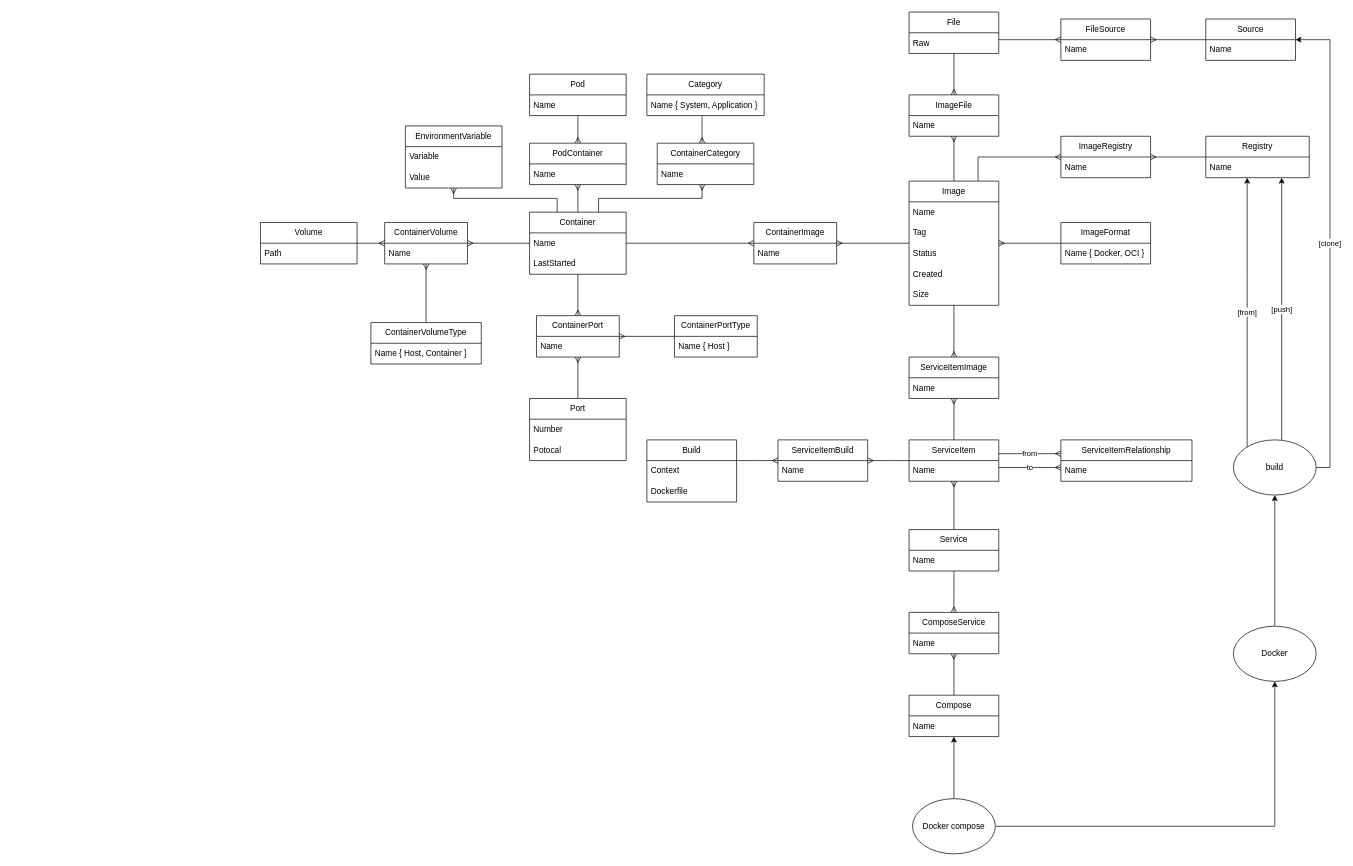
Earlier version of the draw.io diagram kubernetes.drawio (chavp/data-modeling). Source tidied: cells renumbered, new cells numbered last; positions are measured from the earlier drawing's top-left corner, leaving out a move shared by most shapes. Both pictures are drawn from the tidied source at 69%, with x=0, y=0 at pixel (260, 12).
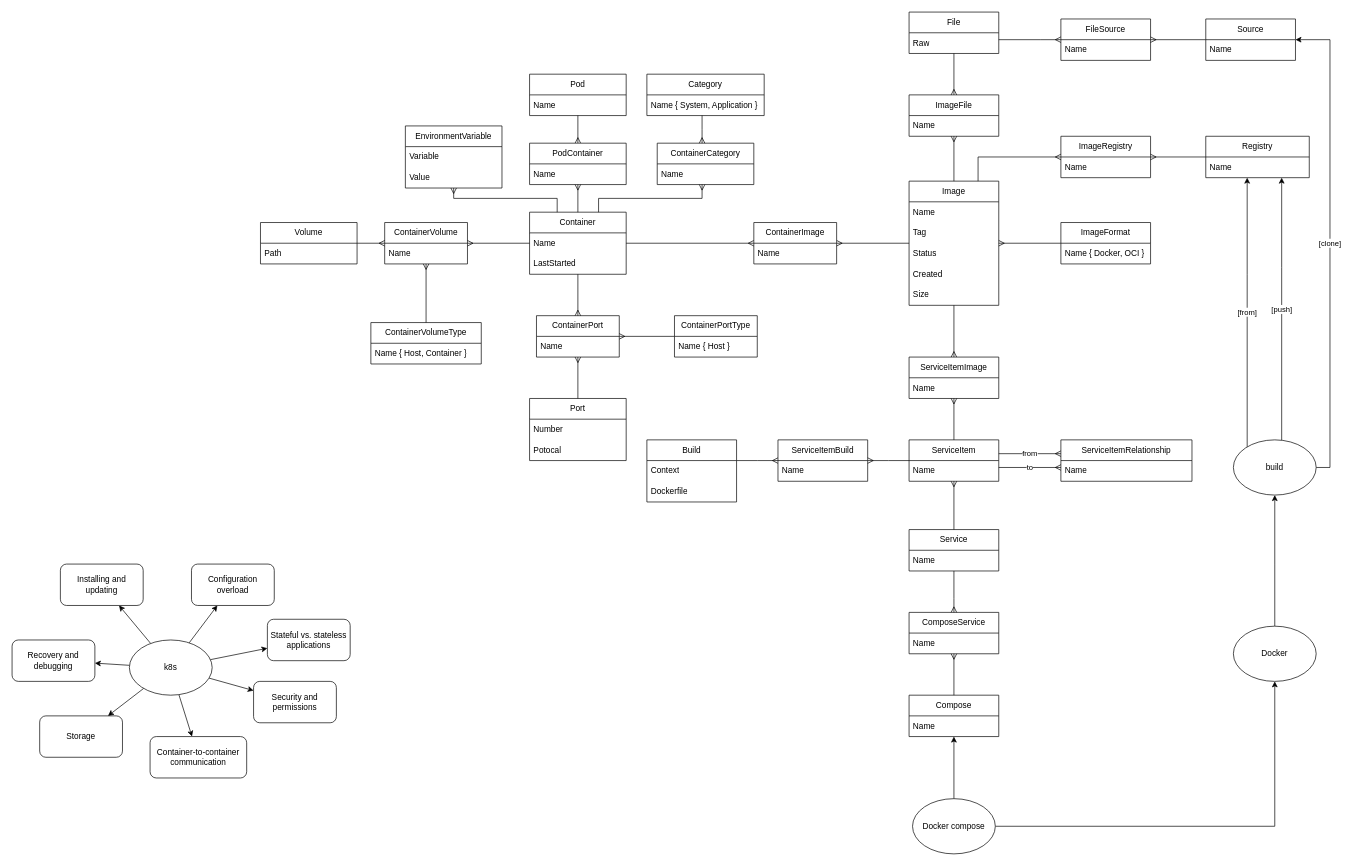
After the change.

What changed in the source:
```diff
@@
+    <mxCell id="106" style="rounded=0;jettySize=auto;html=1;" parent="1" edge="1" source="113" target="115">
+      <mxGeometry relative="1" as="geometry" />
+    </mxCell>
+    <mxCell id="107" style="rounded=0;jettySize=auto;html=1;" parent="1" edge="1" source="113" target="114">
+      <mxGeometry relative="1" as="geometry" />
+    </mxCell>
+    <mxCell id="108" style="rounded=0;jettySize=auto;html=1;" parent="1" edge="1" source="113" target="120">
+      <mxGeometry relative="1" as="geometry" />
+    </mxCell>
+    <mxCell id="109" style="rounded=0;jettySize=auto;html=1;" parent="1" edge="1" source="113" target="119">
+      <mxGeometry relative="1" as="geometry" />
+    </mxCell>
+    <mxCell id="110" style="rounded=0;jettySize=auto;html=1;" parent="1" edge="1" source="113" target="118">
+      <mxGeometry relative="1" as="geometry" />
+    </mxCell>
+    <mxCell id="111" style="rounded=0;jettySize=auto;html=1;" parent="1" edge="1" source="113" target="117">
+      <mxGeometry relative="1" as="geometry" />
+    </mxCell>
+    <mxCell id="112" style="rounded=0;jettySize=auto;html=1;" parent="1" edge="1" source="113" target="116">
+      <mxGeometry relative="1" as="geometry" />
+    </mxCell>
+    <mxCell id="113" value="k8s" style="ellipse;whiteSpace=wrap;html=1;" parent="1" vertex="1">
+      <mxGeometry x="-190" y="910" width="120" height="80" as="geometry" />
+    </mxCell>
+    <mxCell id="114" value="Installing and updating" style="rounded=1;whiteSpace=wrap;html=1;" parent="1" vertex="1">
+      <mxGeometry x="-290" y="800" width="120" height="60" as="geometry" />
+    </mxCell>
+    <mxCell id="115" value="Configuration overload" style="rounded=1;whiteSpace=wrap;html=1;" parent="1" vertex="1">
+      <mxGeometry x="-100" y="800" width="120" height="60" as="geometry" />
+    </mxCell>
+    <mxCell id="116" value="Stateful vs. stateless applications" style="rounded=1;whiteSpace=wrap;html=1;" parent="1" vertex="1">
+      <mxGeometry x="10" y="880" width="120" height="60" as="geometry" />
+    </mxCell>
+    <mxCell id="117" value="Security and permissions" style="rounded=1;whiteSpace=wrap;html=1;" parent="1" vertex="1">
+      <mxGeometry x="-10" y="970" width="120" height="60" as="geometry" />
+    </mxCell>
+    <mxCell id="118" value="Container-to-container communication" style="rounded=1;whiteSpace=wrap;html=1;" parent="1" vertex="1">
+      <mxGeometry x="-160" y="1050" width="140" height="60" as="geometry" />
+    </mxCell>
+    <mxCell id="119" value="Storage" style="rounded=1;whiteSpace=wrap;html=1;" parent="1" vertex="1">
+      <mxGeometry x="-320" y="1020" width="120" height="60" as="geometry" />
+    </mxCell>
+    <mxCell id="120" value="Recovery and debugging" style="rounded=1;whiteSpace=wrap;html=1;" parent="1" vertex="1">
+      <mxGeometry x="-360" y="910" width="120" height="60" as="geometry" />
+    </mxCell>
```
